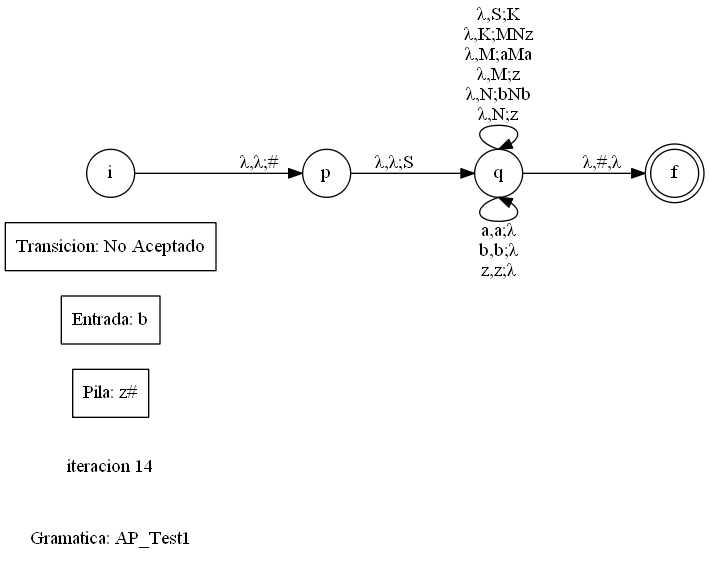
Agrn96/LFP_Proyecto2_201612174 keeps this Graphviz diagram as Documentacion/Grafica14.dot.png. Above is the earlier version. Its source is kept beside it as Documentacion/Grafica14.dot. The source it was exported from:
```dot
digraph {
	rankdir=LR
	node [shape=plaintext]
	name [label="Gramatica: AP_Test1
"]
	it [label="iteracion 14"]
	node [shape=record]
	P [label="Pila: z#"]
	E [label="Entrada: b"]
	tran [label="Transicion: No Aceptado"]
	node [shape=doublecircle]
	f
	node [shape=circle]
	i
	p
	q
	i -> p [label="λ,λ;#"]
	p -> q [label="λ,λ;S"]
	q -> f [label="λ,#,λ"]
	q:n -> q:n [label="λ,S;K\nλ,K;MNz\nλ,M;aMa\nλ,M;z\nλ,N;bNb\nλ,N;z\n"]
	q:s -> q:s [label="a,a;λ\nb,b;λ\nz,z;λ\n"]
}
```
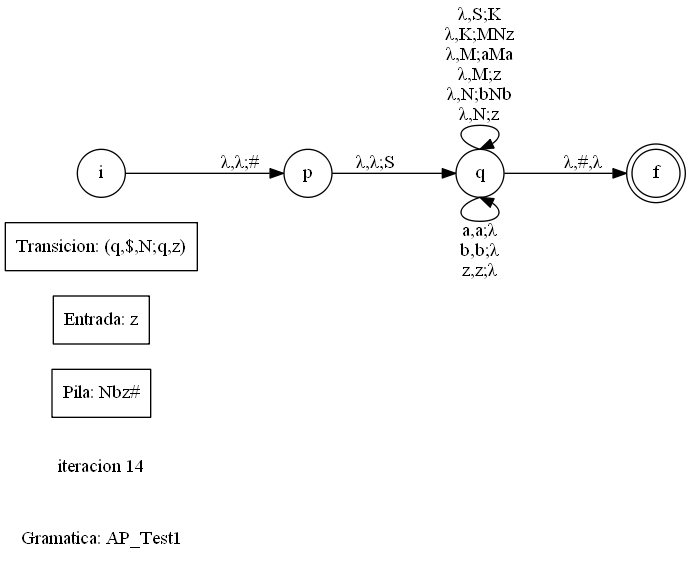
The same file after the commit.

Diff of the diagram source:
```diff
@@ -5,9 +5,9 @@
 "]
 	it [label="iteracion 14"]
 	node [shape=record]
-	P [label="Pila: z#"]
-	E [label="Entrada: b"]
-	tran [label="Transicion: No Aceptado"]
+	P [label="Pila: Nbz#"]
+	E [label="Entrada: z"]
+	tran [label="Transicion: (q,$,N;q,z)"]
 	node [shape=doublecircle]
 	f
 	node [shape=circle]
```
